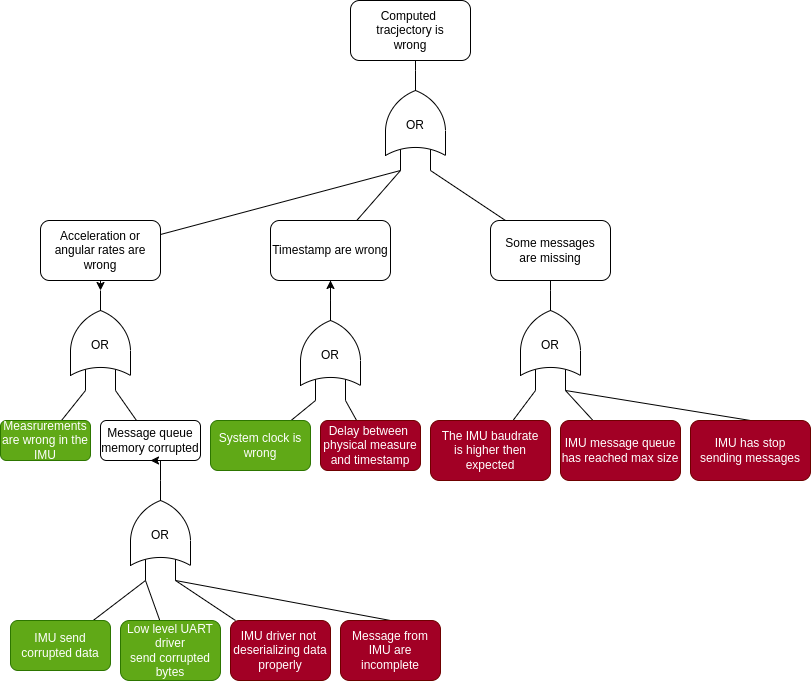
Earlier version of the draw.io export documentation/requirements_engineering/diagrams/main_fault_tree.drawio.png (renn0xtek9/assignment). Source tidied: cells renumbered, new cells last; positions are measured from the earlier drawing's top-left corner, leaving out a move shared by most shapes.
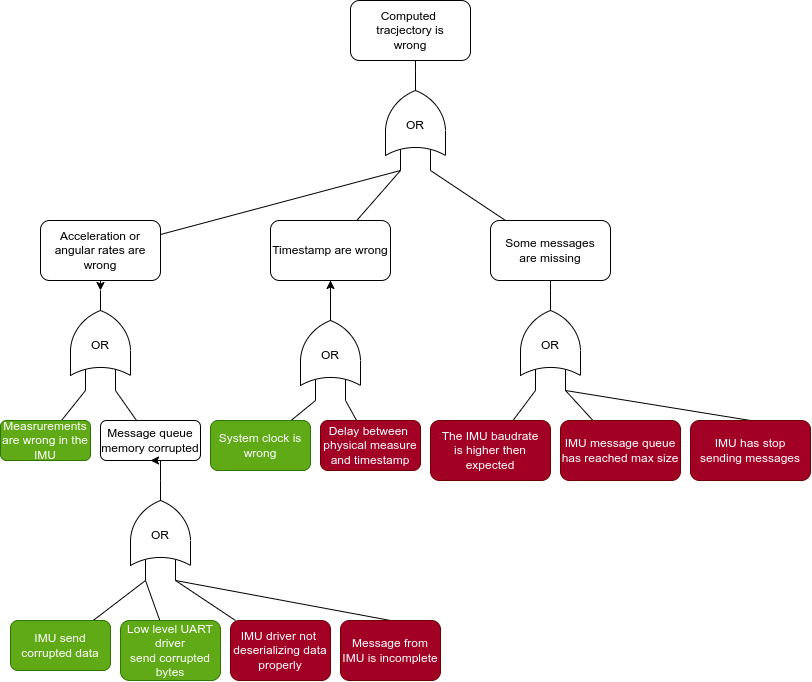
The same diagram one commit later.

Diff of the diagram source:
```diff
@@ -140,7 +140,7 @@
     <mxCell id="47" style="edgeStyle=none;html=1;entryX=0;entryY=0.75;entryDx=0;entryDy=0;entryPerimeter=0;endArrow=none;endFill=0;exitX=0.5;exitY=0;exitDx=0;exitDy=0;" parent="1" edge="1" source="48" target="20">
       <mxGeometry relative="1" as="geometry" />
     </mxCell>
-    <mxCell id="48" value="Message from IMU are incomplete" style="rounded=1;whiteSpace=wrap;html=1;fillColor=#a20025;fontColor=#ffffff;strokeColor=#6F0000;" parent="1" vertex="1">
+    <mxCell id="48" value="Message from IMU is incomplete" style="rounded=1;whiteSpace=wrap;html=1;fillColor=#a20025;fontColor=#ffffff;strokeColor=#6F0000;" parent="1" vertex="1">
       <mxGeometry x="340" y="620" width="100" height="60" as="geometry" />
     </mxCell>
     <mxCell id="49" style="edgeStyle=none;html=1;entryX=0;entryY=0.75;entryDx=0;entryDy=0;entryPerimeter=0;endArrow=none;endFill=0;exitX=0.5;exitY=0;exitDx=0;exitDy=0;" parent="1" edge="1" source="50" target="40">
```
